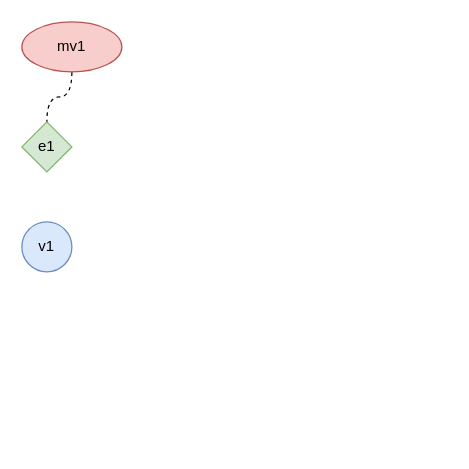
The draw.io diagram Big metagraph.drawio in DMfananddu/MAG_Diploma, before the edit. Source tidied: cells renumbered, new cells numbered last; positions are measured from the earlier drawing's top-left corner, leaving out a move shared by most shapes. Both pictures are drawn from the tidied source at 125%, with x=0, y=0 at pixel (21, 21).
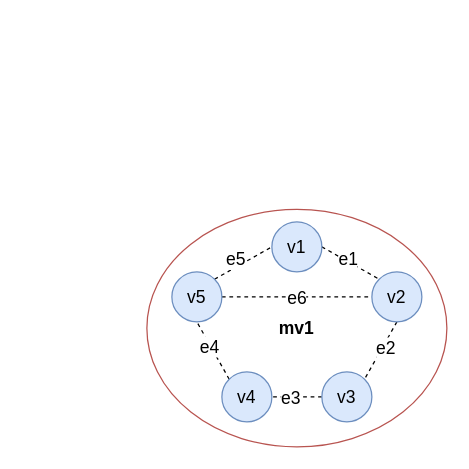
Above is the later version.

Diff of the diagram source:
```diff
@@
-    <mxCell id="2" style="edgeStyle=orthogonalEdgeStyle;rounded=0;jettySize=auto;html=1;exitX=0.5;exitY=1;exitDx=0;exitDy=0;entryX=0.5;entryY=0;entryDx=0;entryDy=0;endArrow=none;endFill=0;curved=1;dashed=1;" parent="1" edge="1" source="3" target="5">
-      <mxGeometry relative="1" as="geometry" />
-    </mxCell>
-    <mxCell id="3" value="mv1" style="ellipse;whiteSpace=wrap;html=1;fillColor=#f8cecc;strokeColor=#b85450;" parent="1" vertex="1">
-      <mxGeometry width="80" height="40" as="geometry" />
+    <mxCell id="3" value="mv1" style="ellipse;whiteSpace=wrap;html=1;fillColor=none;strokeColor=#b85450;fontSize=14;fontStyle=1;" parent="1" vertex="1">
+      <mxGeometry x="100" y="150" width="240" height="190" as="geometry" />
     </mxCell>
+    <mxCell id="6" style="edgeStyle=none;rounded=0;jettySize=auto;html=1;exitX=1;exitY=0;exitDx=0;exitDy=0;entryX=0;entryY=0.5;entryDx=0;entryDy=0;dashed=1;fontSize=14;endArrow=none;endFill=0;" parent="1" edge="1" source="4" target="20">
+      <mxGeometry relative="1" as="geometry" />
+    </mxCell>
+    <mxCell id="7" value="e5" style="edgeLabel;html=1;align=center;verticalAlign=middle;fontSize=14;" parent="6" vertex="1">
+      <mxGeometry x="-0.45" relative="1" as="geometry">
+        <mxPoint x="4" y="-9" as="offset" />
+      </mxGeometry>
+    </mxCell>
+    <mxCell id="8" style="edgeStyle=none;rounded=0;jettySize=auto;html=1;exitX=1;exitY=0.5;exitDx=0;exitDy=0;entryX=0;entryY=0.5;entryDx=0;entryDy=0;dashed=1;fontSize=14;endArrow=none;endFill=0;" parent="1" edge="1" source="4" target="18">
+      <mxGeometry relative="1" as="geometry" />
+    </mxCell>
+    <mxCell id="9" value="e6" style="edgeLabel;html=1;align=center;verticalAlign=middle;fontSize=14;" parent="8" vertex="1">
+      <mxGeometry x="0.34" y="1" relative="1" as="geometry">
+        <mxPoint x="-21" y="1" as="offset" />
+      </mxGeometry>
+    </mxCell>
-    <mxCell id="4" value="v1" style="ellipse;whiteSpace=wrap;html=1;fillColor=#dae8fc;strokeColor=#6c8ebf;" parent="1" vertex="1">
-      <mxGeometry y="160" width="40" height="40" as="geometry" />
+    <mxCell id="4" value="v5" style="ellipse;whiteSpace=wrap;html=1;fillColor=#dae8fc;strokeColor=#6c8ebf;fontSize=14;" parent="1" vertex="1">
+      <mxGeometry x="120" y="200" width="40" height="40" as="geometry" />
     </mxCell>
+    <mxCell id="10" style="edgeStyle=none;rounded=0;jettySize=auto;html=1;exitX=0;exitY=0;exitDx=0;exitDy=0;entryX=0.5;entryY=1;entryDx=0;entryDy=0;dashed=1;fontSize=14;endArrow=none;endFill=0;" parent="1" edge="1" source="12" target="4">
+      <mxGeometry relative="1" as="geometry" />
+    </mxCell>
+    <mxCell id="11" value="e4" style="edgeLabel;html=1;align=center;verticalAlign=middle;fontSize=14;" parent="10" vertex="1">
+      <mxGeometry x="-0.38" relative="1" as="geometry">
+        <mxPoint x="-8" y="-12" as="offset" />
+      </mxGeometry>
+    </mxCell>
+    <mxCell id="12" value="v4" style="ellipse;whiteSpace=wrap;html=1;fillColor=#dae8fc;strokeColor=#6c8ebf;fontSize=14;" parent="1" vertex="1">
+      <mxGeometry x="160" y="280" width="40" height="40" as="geometry" />
+    </mxCell>
+    <mxCell id="13" style="edgeStyle=none;rounded=0;jettySize=auto;html=1;exitX=0;exitY=0.5;exitDx=0;exitDy=0;entryX=1;entryY=0.5;entryDx=0;entryDy=0;dashed=1;fontSize=14;endArrow=none;endFill=0;" parent="1" edge="1" source="15" target="12">
+      <mxGeometry relative="1" as="geometry" />
+    </mxCell>
+    <mxCell id="14" value="e3" style="edgeLabel;html=1;align=center;verticalAlign=middle;fontSize=14;" parent="13" vertex="1">
+      <mxGeometry x="-0.56" y="1" relative="1" as="geometry">
+        <mxPoint x="-17" y="-1" as="offset" />
+      </mxGeometry>
+    </mxCell>
+    <mxCell id="15" value="v3" style="ellipse;whiteSpace=wrap;html=1;fillColor=#dae8fc;strokeColor=#6c8ebf;fontSize=14;" parent="1" vertex="1">
+      <mxGeometry x="240" y="280" width="40" height="40" as="geometry" />
+    </mxCell>
+    <mxCell id="16" style="edgeStyle=none;rounded=0;jettySize=auto;html=1;exitX=0.5;exitY=1;exitDx=0;exitDy=0;entryX=1;entryY=0;entryDx=0;entryDy=0;dashed=1;fontSize=14;endArrow=none;endFill=0;" parent="1" edge="1" source="18" target="15">
+      <mxGeometry relative="1" as="geometry" />
+    </mxCell>
+    <mxCell id="17" value="e2" style="edgeLabel;html=1;align=center;verticalAlign=middle;fontSize=14;" parent="16" vertex="1">
+      <mxGeometry x="-0.53" relative="1" as="geometry">
+        <mxPoint x="-4" y="10" as="offset" />
+      </mxGeometry>
+    </mxCell>
+    <mxCell id="18" value="v2" style="ellipse;whiteSpace=wrap;html=1;fillColor=#dae8fc;strokeColor=#6c8ebf;fontSize=14;" parent="1" vertex="1">
+      <mxGeometry x="280" y="200" width="40" height="40" as="geometry" />
+    </mxCell>
+    <mxCell id="19" style="rounded=0;jettySize=auto;html=1;exitX=1;exitY=0.5;exitDx=0;exitDy=0;entryX=0;entryY=0;entryDx=0;entryDy=0;dashed=1;endArrow=none;endFill=0;fontSize=14;" parent="1" edge="1" source="20" target="18">
+      <mxGeometry relative="1" as="geometry" />
+    </mxCell>
-    <mxCell id="5" value="e1" style="rhombus;whiteSpace=wrap;html=1;strokeColor=#82b366;strokeWidth=1;fillColor=#d5e8d4;" parent="1" vertex="1">
-      <mxGeometry y="80" width="40" height="40" as="geometry" />
+    <mxCell id="5" value="e1" style="edgeLabel;html=1;align=center;verticalAlign=middle;points=[];fontSize=14;" parent="19" vertex="1">
+      <mxGeometry x="0.43" relative="1" as="geometry">
+        <mxPoint x="-13" y="-9" as="offset" />
+      </mxGeometry>
     </mxCell>
+    <mxCell id="20" value="v1" style="ellipse;whiteSpace=wrap;html=1;fillColor=#dae8fc;strokeColor=#6c8ebf;fontSize=14;" parent="1" vertex="1">
+      <mxGeometry x="200" y="160" width="40" height="40" as="geometry" />
+    </mxCell>
```
